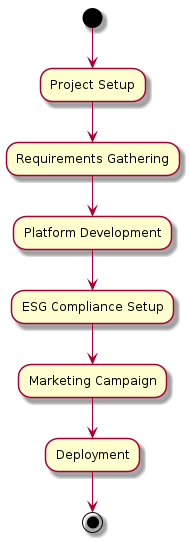
BAMANEXCLUSIVE/UniRazak-MVPAssignment keeps this PlantUML diagram as docs/project_flow.png. Above is the earlier version. Its source is kept beside it as docs/project_flow.plantuml. Its diagram source:
```plantuml
@startuml
(*) --> "Project Setup"
"Project Setup" --> "Requirements Gathering"
"Requirements Gathering" --> "Platform Development"
"Platform Development" --> "ESG Compliance Setup"
"ESG Compliance Setup" --> "Marketing Campaign"
"Marketing Campaign" --> "Deployment"
"Deployment" --> (*)
@enduml
```
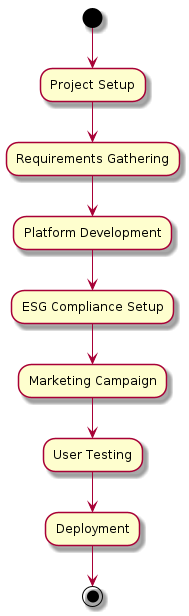
After the change.

Commit message:
Regenerated PlantUML diagram and updated project documentation

The edit, as a diff of the source:
```diff
@@ -4,6 +4,7 @@
 "Requirements Gathering" --> "Platform Development"
 "Platform Development" --> "ESG Compliance Setup"
 "ESG Compliance Setup" --> "Marketing Campaign"
-"Marketing Campaign" --> "Deployment"
+"Marketing Campaign" --> "User Testing"
+"User Testing" --> "Deployment"
 "Deployment" --> (*)
 @enduml
```
